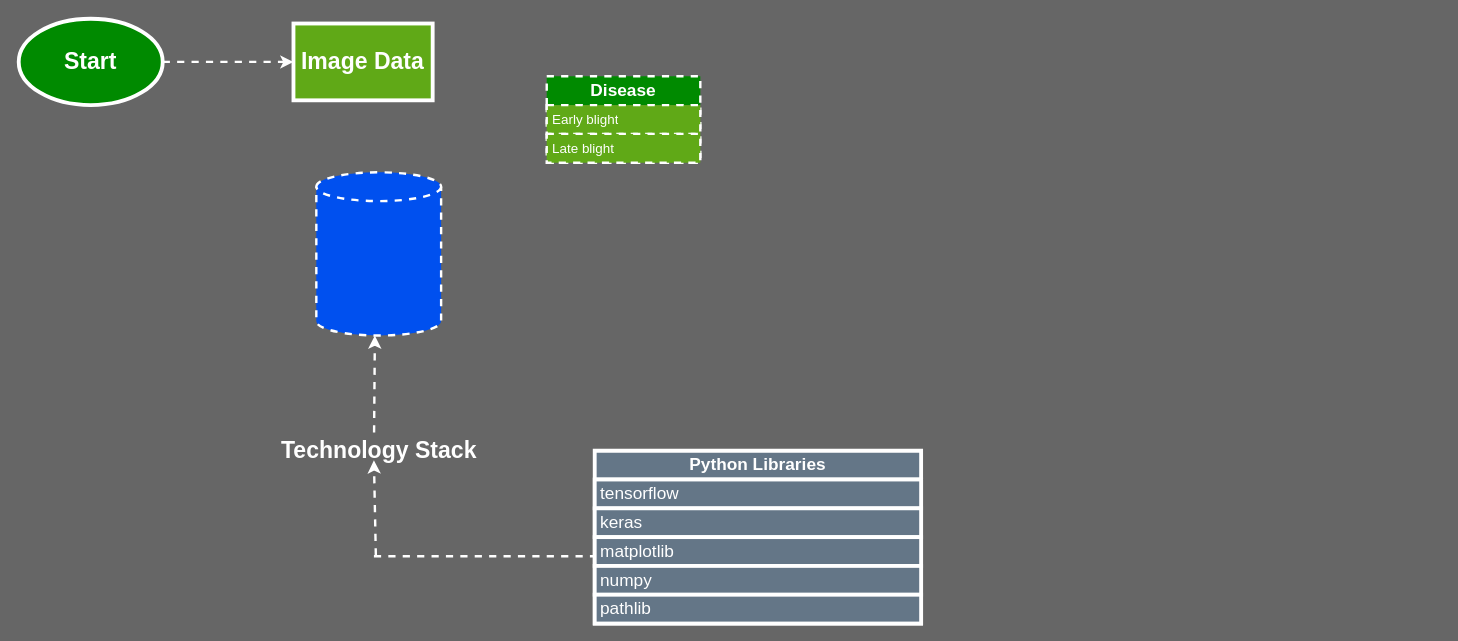
sanils2002/Potato-Leaf-Disease keeps this draw.io diagram as CNN Arch-Disease.drawio. Above is the earlier version. Source tidied: cells renumbered, new cells numbered last; positions are measured from the earlier drawing's top-left corner, leaving out a move shared by most shapes. Both pictures are drawn from the tidied source at 96%, with x=0, y=0 at pixel (18, 18).
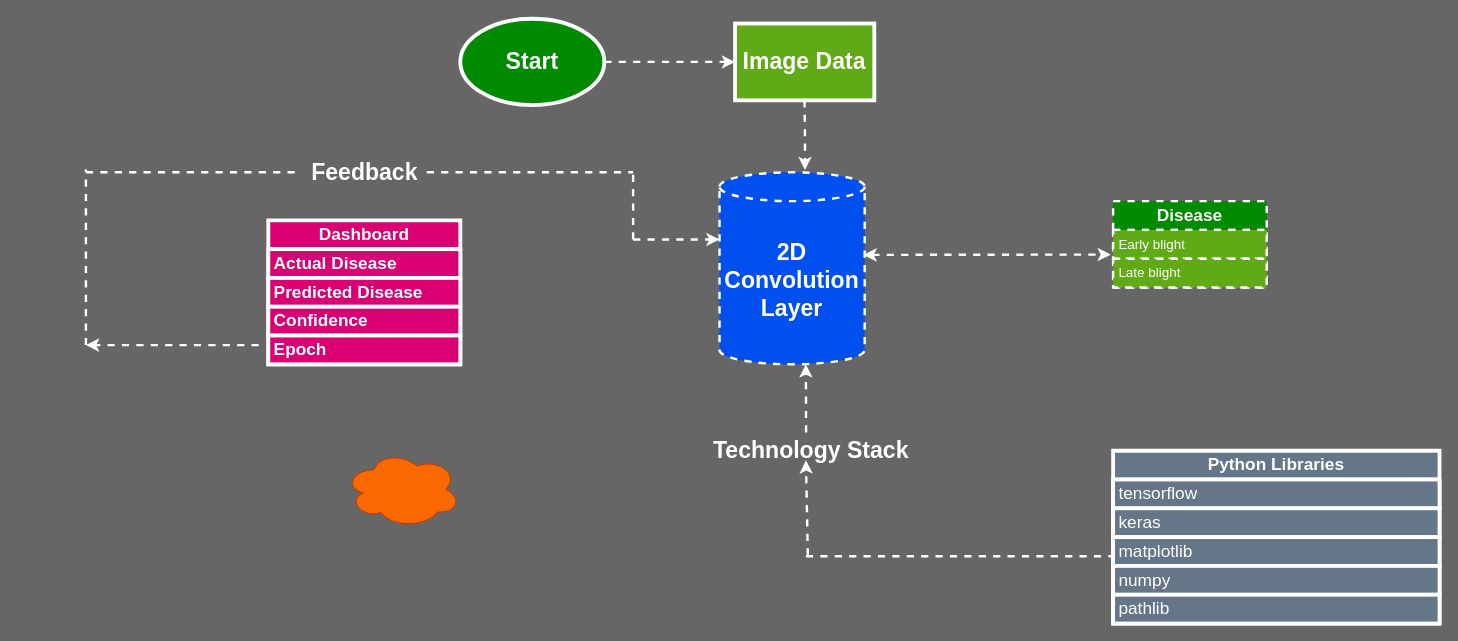
After the change.

Unchanged cells that the change refers to:
```xml
<mxCell id="4" value="&lt;font style=&quot;font-size: 14px;&quot; color=&quot;#ffffff&quot;&gt;Early blight&lt;/font&gt;" style="text;strokeColor=#FFFFFF;fillColor=#60a917;align=left;verticalAlign=middle;spacingLeft=4;spacingRight=4;overflow=hidden;points=[[0,0.5],[1,0.5]];portConstraint=eastwest;whiteSpace=wrap;html=1;fontColor=#ffffff;strokeWidth=2.5;dashed=1;" parent="3" vertex="1">
  <mxGeometry y="30" width="160" height="30" as="geometry" />
</mxCell>
```

What changed in the source:
```diff
@@
-    <mxCell id="2" style="shape=cylinder3;whiteSpace=wrap;html=1;boundedLbl=1;backgroundOutline=1;size=15;fillColor=#0050ef;fontColor=#ffffff;strokeColor=#FFFFFF;strokeWidth=2.5;dashed=1;" parent="1" vertex="1">
-      <mxGeometry x="310" y="160" width="130" height="170" as="geometry" />
+    <mxCell id="2" value="&lt;b&gt;&lt;font style=&quot;font-size: 24px;&quot;&gt;2D Convolution Layer&lt;/font&gt;&lt;/b&gt;" style="shape=cylinder3;whiteSpace=wrap;html=1;boundedLbl=1;backgroundOutline=1;size=15;fillColor=#0050ef;fontColor=#ffffff;strokeColor=#FFFFFF;strokeWidth=2.5;dashed=1;" parent="1" vertex="1">
+      <mxGeometry x="730" y="160" width="151.2" height="200" as="geometry" />
     </mxCell>
     <mxCell id="3" value="&lt;b&gt;&lt;font style=&quot;font-size: 18px;&quot;&gt;Disease&lt;/font&gt;&lt;/b&gt;" style="swimlane;fontStyle=0;horizontal=1;startSize=30;whiteSpace=wrap;html=1;fillColor=#008a00;fontColor=#ffffff;strokeColor=#FFFFFF;strokeWidth=2.5;dashed=1;" parent="1" vertex="1">
-      <mxGeometry x="550" y="60" width="160" height="90" as="geometry" />
+      <mxGeometry x="1140" y="190" width="160" height="90" as="geometry" />
     </mxCell>
@@
     <mxCell id="6" value="&lt;font style=&quot;font-size: 18px;&quot;&gt;&lt;b&gt;Python Libraries&lt;/b&gt;&lt;/font&gt;" style="swimlane;fontStyle=0;horizontal=1;startSize=30;whiteSpace=wrap;html=1;fillColor=#647687;strokeColor=#FFFFFF;strokeWidth=4;fontColor=#ffffff;" parent="1" vertex="1">
-      <mxGeometry x="600" y="450" width="340" height="180" as="geometry" />
+      <mxGeometry x="1140" y="450" width="340" height="180" as="geometry" />
     </mxCell>
@@
-    <mxCell id="12" style="endArrow=classic;html=1;rounded=0;strokeWidth=2.5;strokeColor=#FFFFFF;exitX=0.479;exitY=0.025;exitDx=0;exitDy=0;exitPerimeter=0;dashed=1;" parent="1" edge="1" source="14">
-      <mxGeometry relative="1" as="geometry">
-        <mxPoint x="371" y="330" as="targetPoint" />
-      </mxGeometry>
+    <mxCell id="12" style="endArrow=classic;html=1;rounded=0;strokeWidth=2.5;strokeColor=#FFFFFF;exitX=0.479;exitY=0.025;exitDx=0;exitDy=0;exitPerimeter=0;dashed=1;entryX=0.595;entryY=1;entryDx=0;entryDy=0;entryPerimeter=0;" parent="1" edge="1" source="14" target="2">
+      <mxGeometry relative="1" as="geometry" />
     </mxCell>
     <mxCell id="13" style="endArrow=none;html=1;rounded=0;strokeColor=#FFFFFF;strokeWidth=2.5;dashed=1;" parent="1" edge="1">
       <mxGeometry relative="1" as="geometry">
-        <mxPoint x="370" y="560" as="sourcePoint" />
-        <mxPoint x="600" y="560" as="targetPoint" />
+        <mxPoint x="820" y="560" as="sourcePoint" />
+        <mxPoint x="1140" y="560" as="targetPoint" />
       </mxGeometry>
     </mxCell>
     <mxCell id="14" value="&lt;font color=&quot;#ffffff&quot; style=&quot;font-size: 24px;&quot;&gt;&lt;b&gt;Technology Stack&lt;/b&gt;&lt;/font&gt;" style="text;html=1;align=center;verticalAlign=middle;points=[];strokeColor=none;fillColor=none;" parent="1" vertex="1">
-      <mxGeometry x="260" y="430" width="230" height="40" as="geometry" />
+      <mxGeometry x="710" y="430" width="230" height="40" as="geometry" />
     </mxCell>
     <mxCell id="15" style="endArrow=classic;html=1;rounded=0;strokeWidth=2.5;strokeColor=#FFFFFF;entryX=0.474;entryY=1.025;entryDx=0;entryDy=0;entryPerimeter=0;dashed=1;" parent="1" edge="1">
       <mxGeometry relative="1" as="geometry">
-        <mxPoint x="372" y="559" as="sourcePoint" />
-        <mxPoint x="370" y="460" as="targetPoint" />
+        <mxPoint x="822" y="559" as="sourcePoint" />
+        <mxPoint x="820" y="460" as="targetPoint" />
       </mxGeometry>
     </mxCell>
@@
     <mxCell id="17" value="&lt;font color=&quot;#ffffff&quot; size=&quot;1&quot; style=&quot;&quot;&gt;&lt;b style=&quot;font-size: 24px;&quot;&gt;Start&lt;/b&gt;&lt;/font&gt;" style="ellipse;whiteSpace=wrap;html=1;fillColor=#008a00;strokeColor=#FFFFFF;strokeWidth=4;fontColor=#ffffff;" parent="1" vertex="1">
-      <mxGeometry width="150" height="90" as="geometry" />
+      <mxGeometry x="460" width="150" height="90" as="geometry" />
     </mxCell>
     <mxCell id="18" value="&lt;font style=&quot;font-size: 24px;&quot;&gt;&lt;b&gt;Image Data&lt;/b&gt;&lt;/font&gt;" style="rounded=0;whiteSpace=wrap;html=1;fillColor=#60a917;strokeColor=#FFFFFF;strokeWidth=4;fontColor=#ffffff;" parent="1" vertex="1">
-      <mxGeometry x="286.2" y="5" width="145" height="80" as="geometry" />
+      <mxGeometry x="746.2" y="5" width="145" height="80" as="geometry" />
     </mxCell>
+    <mxCell id="19" style="edgeStyle=orthogonalEdgeStyle;rounded=0;jettySize=auto;html=1;exitX=0.5;exitY=1;exitDx=0;exitDy=0;strokeWidth=2.5;strokeColor=#FFFFFF;dashed=1;entryX=0.589;entryY=-0.012;entryDx=0;entryDy=0;entryPerimeter=0;" parent="1" edge="1" target="2">
+      <mxGeometry relative="1" as="geometry">
+        <mxPoint x="818.5" y="85" as="sourcePoint" />
+      </mxGeometry>
+    </mxCell>
+    <mxCell id="20" style="endArrow=classic;startArrow=classic;html=1;rounded=0;strokeWidth=2.5;strokeColor=#FFFFFF;dashed=1;entryX=-0.015;entryY=0.856;entryDx=0;entryDy=0;entryPerimeter=0;" parent="1" edge="1" target="4">
+      <mxGeometry relative="1" as="geometry">
+        <mxPoint x="880" y="246" as="sourcePoint" />
+      </mxGeometry>
+    </mxCell>
+    <mxCell id="21" value="&lt;font style=&quot;font-size: 18px;&quot;&gt;&lt;b&gt;Dashboard&lt;/b&gt;&lt;/font&gt;" style="swimlane;fontStyle=0;horizontal=1;startSize=30;whiteSpace=wrap;html=1;fillColor=#d80073;strokeColor=#FFFFFF;strokeWidth=4;fontColor=#ffffff;" parent="1" vertex="1">
+      <mxGeometry x="260" y="210" width="200" height="150" as="geometry" />
+    </mxCell>
+    <mxCell id="22" value="&lt;font style=&quot;font-size: 18px;&quot;&gt;&lt;b&gt;Actual Disease&lt;/b&gt;&lt;/font&gt;" style="text;strokeColor=#FFFFFF;fillColor=#d80073;align=left;verticalAlign=middle;spacingLeft=4;spacingRight=4;overflow=hidden;whiteSpace=wrap;html=1;strokeWidth=4;fontColor=#ffffff;" parent="21" vertex="1">
+      <mxGeometry y="30" width="200" height="30" as="geometry" />
+    </mxCell>
+    <mxCell id="23" value="&lt;font style=&quot;font-size: 18px;&quot;&gt;&lt;b&gt;Predicted Disease&lt;/b&gt;&lt;/font&gt;" style="text;strokeColor=#FFFFFF;fillColor=#d80073;align=left;verticalAlign=middle;spacingLeft=4;spacingRight=4;overflow=hidden;whiteSpace=wrap;html=1;fontColor=#ffffff;strokeWidth=4;" parent="21" vertex="1">
+      <mxGeometry y="60" width="200" height="30" as="geometry" />
+    </mxCell>
+    <mxCell id="24" value="&lt;font style=&quot;font-size: 18px;&quot;&gt;&lt;b&gt;Confidence&lt;/b&gt;&lt;/font&gt;" style="text;strokeColor=#FFFFFF;fillColor=#d80073;align=left;verticalAlign=middle;spacingLeft=4;spacingRight=4;overflow=hidden;whiteSpace=wrap;html=1;fontColor=#ffffff;strokeWidth=4;" parent="21" vertex="1">
+      <mxGeometry y="90" width="200" height="30" as="geometry" />
+    </mxCell>
+    <mxCell id="25" value="&lt;font style=&quot;font-size: 18px;&quot;&gt;&lt;b&gt;Epoch&lt;/b&gt;&lt;/font&gt;" style="text;strokeColor=#FFFFFF;fillColor=#d80073;align=left;verticalAlign=middle;spacingLeft=4;spacingRight=4;overflow=hidden;whiteSpace=wrap;html=1;fontColor=#ffffff;strokeWidth=4;" parent="21" vertex="1">
+      <mxGeometry y="120" width="200" height="30" as="geometry" />
+    </mxCell>
+    <mxCell id="26" style="endArrow=none;html=1;rounded=0;strokeWidth=2.5;strokeColor=#FFFFFF;dashed=1;" parent="1" edge="1">
+      <mxGeometry relative="1" as="geometry">
+        <mxPoint x="70" y="340" as="sourcePoint" />
+        <mxPoint x="70" y="157" as="targetPoint" />
+      </mxGeometry>
+    </mxCell>
+    <mxCell id="27" style="endArrow=none;html=1;rounded=0;strokeWidth=2.5;strokeColor=#FFFFFF;dashed=1;" parent="1" edge="1">
+      <mxGeometry relative="1" as="geometry">
+        <mxPoint x="425" y="160" as="sourcePoint" />
+        <mxPoint x="640" y="160" as="targetPoint" />
+      </mxGeometry>
+    </mxCell>
+    <mxCell id="28" style="endArrow=classic;html=1;rounded=0;strokeWidth=2.5;strokeColor=#FFFFFF;dashed=1;" parent="1" edge="1">
+      <mxGeometry relative="1" as="geometry">
+        <mxPoint x="640" y="230" as="sourcePoint" />
+        <mxPoint x="730" y="230" as="targetPoint" />
+      </mxGeometry>
+    </mxCell>
+    <mxCell id="29" style="endArrow=none;html=1;rounded=0;strokeWidth=2.5;strokeColor=#FFFFFF;dashed=1;" parent="1" edge="1">
+      <mxGeometry relative="1" as="geometry">
+        <mxPoint x="70" y="160" as="sourcePoint" />
+        <mxPoint x="295" y="160" as="targetPoint" />
+      </mxGeometry>
+    </mxCell>
+    <mxCell id="30" value="&lt;font color=&quot;#ffffff&quot; style=&quot;font-size: 24px;&quot;&gt;&lt;b&gt;Feedback&lt;/b&gt;&lt;/font&gt;" style="text;html=1;align=center;verticalAlign=middle;strokeColor=none;fillColor=none;" parent="1" vertex="1">
+      <mxGeometry x="295" y="140" width="130" height="40" as="geometry" />
+    </mxCell>
+    <mxCell id="31" style="endArrow=none;html=1;rounded=0;strokeWidth=2.5;strokeColor=#FFFFFF;dashed=1;" parent="1" edge="1">
+      <mxGeometry relative="1" as="geometry">
+        <mxPoint x="640" y="230" as="sourcePoint" />
+        <mxPoint x="640" y="160" as="targetPoint" />
+      </mxGeometry>
+    </mxCell>
+    <mxCell id="32" style="endArrow=classic;html=1;rounded=0;strokeWidth=2.5;strokeColor=#FFFFFF;dashed=1;" parent="1" edge="1">
+      <mxGeometry relative="1" as="geometry">
+        <mxPoint x="250" y="340" as="sourcePoint" />
+        <mxPoint x="70" y="340" as="targetPoint" />
+      </mxGeometry>
+    </mxCell>
+    <mxCell id="33" style="ellipse;shape=cloud;whiteSpace=wrap;html=1;fillColor=#fa6800;fontColor=#000000;strokeColor=#C73500;" parent="1" vertex="1">
+      <mxGeometry x="340" y="450" width="120" height="80" as="geometry" />
+    </mxCell>
```
